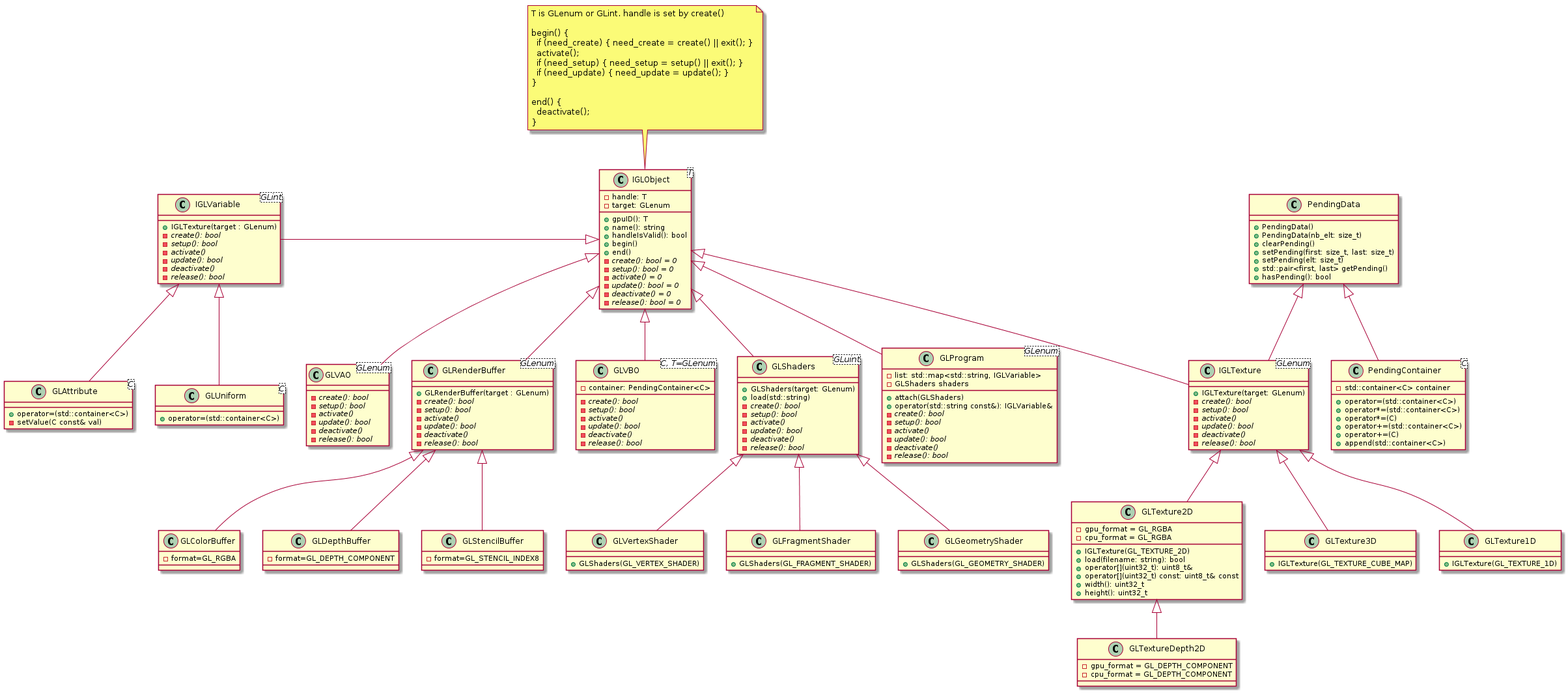
This is doc/uml/opengl_inhe.png from Lecrapouille/SimTaDyn, a PlantUML export, as it was before one commit. The source it was exported from:
```plantuml
@startuml


note as NoteBegin
T is GLenum or GLint. handle is set by create()

begin() {
  if (need_create) { need_create = create() || exit(); }
  activate();
  if (need_setup) { need_setup = setup() || exit(); }
  if (need_update) { need_update = update(); }
}

end() {
  deactivate();
}
end note

NoteBegin .. IGLObject
class IGLObject<T> {
+ gpuID(): T
+ name(): string
+ handleIsValid(): bool
+ begin()
+ end()
-{abstract} create(): bool = 0
-{abstract} setup(): bool = 0
-{abstract} activate() = 0
-{abstract} update(): bool = 0
-{abstract} deactivate() = 0
-{abstract} release(): bool = 0
- handle: T
- target: GLenum
}

class PendingData {
+ PendingData()
+ PendingData(nb_elt: size_t)
+ clearPending()
+ setPending(first: size_t, last: size_t)
+ setPending(elt: size_t)
+ std::pair<first, last> getPending()
+ hasPending(): bool
}

class PendingContainer<C> {
-std::container<C> container
+operator=(std::container<C>)
+operator*=(std::container<C>)
+operator*=(C)
+operator+=(std::container<C>)
+operator+=(C)
+append(std::container<C>)
}

PendingData <|-- PendingContainer

class IGLTexture<GLenum> {
+IGLTexture(target: GLenum)
-{abstract} create(): bool
-{abstract} setup(): bool
-{abstract} activate()
-{abstract} update(): bool
-{abstract} deactivate()
-{abstract} release(): bool
}

class GLTexture2D {
+IGLTexture(GL_TEXTURE_2D)
+load(filename: string): bool
+operator[](uint32_t): uint8_t&
+operator[](uint32_t) const: uint8_t& const
+width(): uint32_t
+height(): uint32_t
-gpu_format = GL_RGBA
-cpu_format = GL_RGBA
}

class GLTextureDepth2D {
-gpu_format = GL_DEPTH_COMPONENT
-cpu_format = GL_DEPTH_COMPONENT
}

class GLTexture3D {
+IGLTexture(GL_TEXTURE_CUBE_MAP)
}

class GLTexture1D {
+IGLTexture(GL_TEXTURE_1D)
}

IGLTexture <|-- GLTexture1D
IGLTexture <|-- GLTexture2D
GLTexture2D <|-- GLTextureDepth2D
IGLTexture <|-- GLTexture3D

class GLShaders<GLuint> {
+GLShaders(target: GLenum)
+load(std::string)
-{abstract} create(): bool
-{abstract} setup(): bool
-{abstract} activate()
-{abstract} update(): bool
-{abstract} deactivate()
-{abstract} release(): bool
}

class GLVertexShader {
+GLShaders(GL_VERTEX_SHADER)
}

class GLFragmentShader {
+GLShaders(GL_FRAGMENT_SHADER)
}

class GLGeometryShader {
+GLShaders(GL_GEOMETRY_SHADER)
}

GLShaders <|-- GLVertexShader
GLShaders <|-- GLFragmentShader
GLShaders <|-- GLGeometryShader

class GLProgram<GLenum> {
+attach(GLShaders)
+operator(std::string const&): IGLVariable&
-list: std::map<std::string, IGLVariable>
-{abstract} create(): bool
-{abstract} setup(): bool
-{abstract} activate()
-{abstract} update(): bool
-{abstract} deactivate()
-{abstract} release(): bool
-GLShaders shaders
}


class GLVAO<GLenum> {
-{abstract} create(): bool
-{abstract} setup(): bool
-{abstract} activate()
-{abstract} update(): bool
-{abstract} deactivate()
-{abstract} release(): bool
}

class GLRenderBuffer<GLenum> {
+ GLRenderBuffer(target : GLenum)
-{abstract} create(): bool
-{abstract} setup(): bool
-{abstract} activate()
-{abstract} update(): bool
-{abstract} deactivate()
-{abstract} release(): bool
}

class GLColorBuffer {
-format=GL_RGBA
}

class GLDepthBuffer {
-format=GL_DEPTH_COMPONENT
}

class GLStencilBuffer {
-format=GL_STENCIL_INDEX8
}

class GLVBO<C, T=GLenum> {
-container: PendingContainer<C>
-{abstract} create(): bool
-{abstract} setup(): bool
-{abstract} activate()
-{abstract} update(): bool
-{abstract} deactivate()
-{abstract} release(): bool
}

class IGLVariable<GLint> {
+IGLTexture(target : GLenum)
-{abstract} create(): bool
-{abstract} setup(): bool
-{abstract} activate()
-{abstract} update(): bool
-{abstract} deactivate()
-{abstract} release(): bool
}

class GLUniform<C> {
+operator=(std::container<C>)
}

class GLAttribute<C> {
+operator=(std::container<C>)
-setValue(C const& val)
}

IGLVariable <|-- GLUniform
IGLVariable <|-- GLAttribute

PendingData <|-- IGLTexture
IGLObject <|-- IGLTexture
IGLObject <|-- GLVBO
IGLObject <|-- GLVAO
IGLObject <|-- GLShaders
IGLObject <|-- GLProgram
IGLVariable -|> IGLObject

IGLObject <|-- GLRenderBuffer
GLRenderBuffer <|-- GLColorBuffer
GLRenderBuffer <|-- GLDepthBuffer
GLRenderBuffer <|-- GLStencilBuffer

@enduml
```
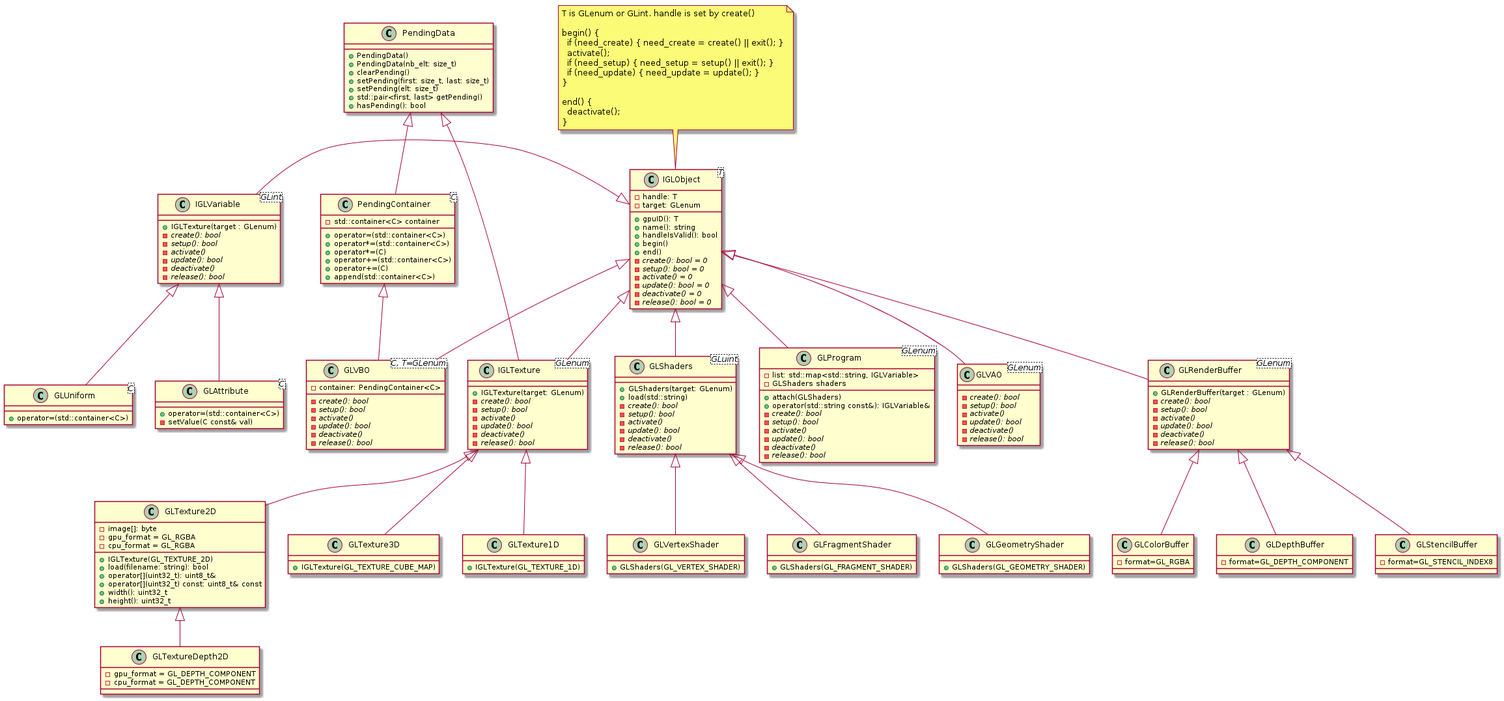
Above is the later version.

Diff of the diagram source:
```diff
@@ -66,6 +66,7 @@
 }
 
 class GLTexture2D {
+-image[]: byte
 +IGLTexture(GL_TEXTURE_2D)
 +load(filename: string): bool
 +operator[](uint32_t): uint8_t&
@@ -201,6 +202,7 @@
 PendingData <|-- IGLTexture
 IGLObject <|-- IGLTexture
 IGLObject <|-- GLVBO
+PendingContainer <|-- GLVBO
 IGLObject <|-- GLVAO
 IGLObject <|-- GLShaders
 IGLObject <|-- GLProgram
```
